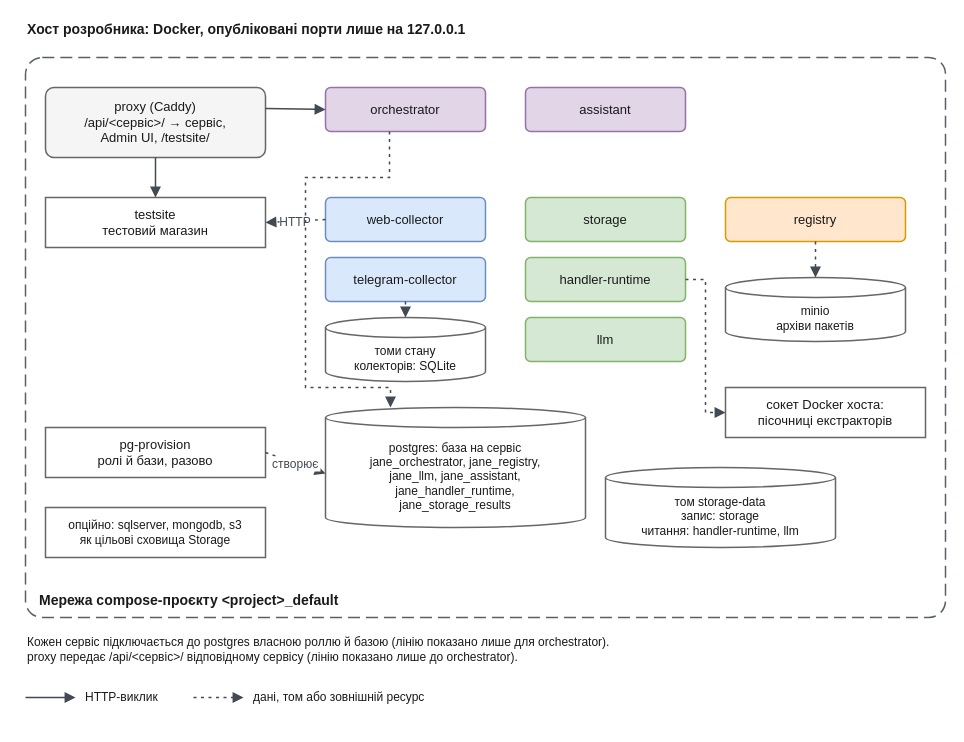
This is docs/diagrams/platform/dev-stack.drawio from sql-monk/Jane, a draw.io file, before an edit. Source tidied: cells renumbered, new cells numbered last; positions are measured from the earlier drawing's top-left corner, leaving out a move shared by most shapes. Both pictures are drawn from the tidied source at 100%, with x=0, y=0 at pixel (25, 17).
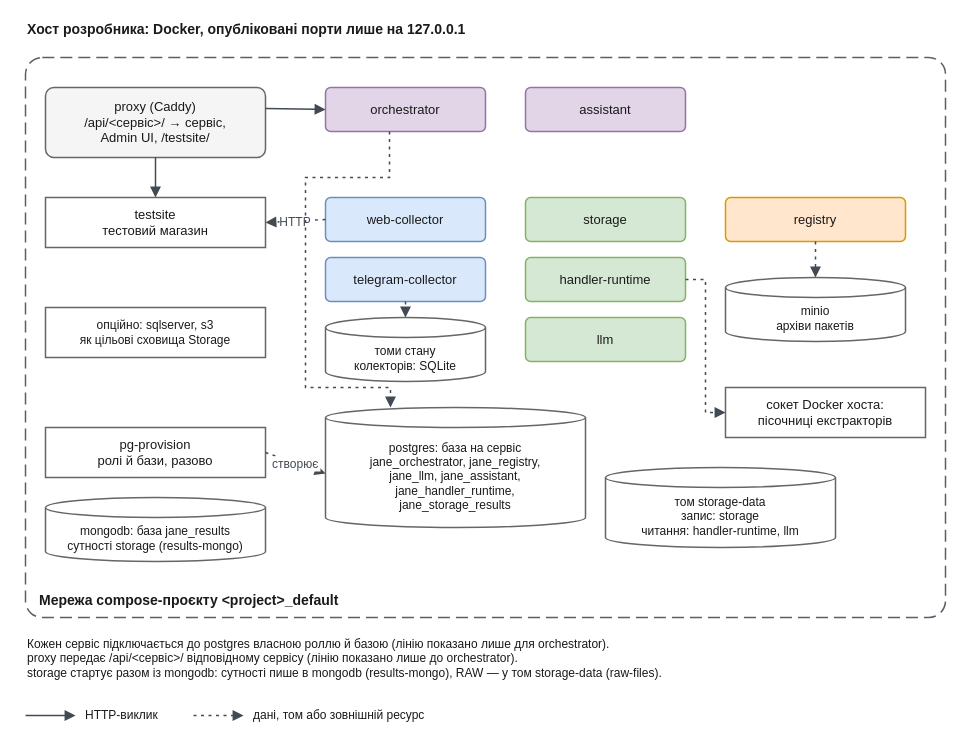
After the change.

The edit, as a diff of the source:
```diff
@@
-    <mxCell id="20" value="опційно: sqlserver, mongodb, s3&#10;як цільові сховища Storage" style="rounded=0;whiteSpace=wrap;html=0;fontSize=12;fontFamily=Helvetica;fontColor=light-dark(#1A1A1A,#E6EDF3);fillColor=light-dark(#FFFFFF,#161B22);strokeColor=light-dark(#666666,#8B949E);strokeWidth=1.5;" parent="1" vertex="1">
-      <mxGeometry x="20" y="490" width="220" height="50" as="geometry" />
+    <mxCell id="20" value="опційно: sqlserver, s3&#10;як цільові сховища Storage" style="rounded=0;whiteSpace=wrap;html=0;fontSize=12;fontFamily=Helvetica;fontColor=light-dark(#1A1A1A,#E6EDF3);fillColor=light-dark(#FFFFFF,#161B22);strokeColor=light-dark(#666666,#8B949E);strokeWidth=1.5;" parent="1" vertex="1">
+      <mxGeometry x="20" y="290" width="220" height="50" as="geometry" />
     </mxCell>
+    <mxCell id="34" value="mongodb: база jane_results&#10;сутності storage (results-mongo)" style="shape=cylinder3;boundedLbl=1;backgroundOutline=1;size=10;whiteSpace=wrap;html=0;fontSize=12;fontFamily=Helvetica;fontColor=light-dark(#1A1A1A,#E6EDF3);fillColor=light-dark(#FFFFFF,#161B22);strokeColor=light-dark(#666666,#8B949E);strokeWidth=1.5;" parent="1" vertex="1">
+      <mxGeometry x="20" y="480" width="220" height="64" as="geometry" />
+    </mxCell>
@@
-    <mxCell id="29" value="Кожен сервіс підключається до postgres власною роллю й базою (лінію показано лише для orchestrator).&#10;proxy передає /api/&lt;сервіс&gt;/ відповідному сервісу (лінію показано лише до orchestrator)." style="text;html=0;whiteSpace=wrap;align=left;verticalAlign=middle;fontSize=12;fontFamily=Helvetica;fontColor=light-dark(#1A1A1A,#E6EDF3);" parent="1" vertex="1">
-      <mxGeometry y="610" width="920" height="44" as="geometry" />
+    <mxCell id="29" value="Кожен сервіс підключається до postgres власною роллю й базою (лінію показано лише для orchestrator).&#10;proxy передає /api/&lt;сервіс&gt;/ відповідному сервісу (лінію показано лише до orchestrator).&#10;storage стартує разом із mongodb: сутності пише в mongodb (results-mongo), RAW — у том storage-data (raw-files)." style="text;html=0;whiteSpace=wrap;align=left;verticalAlign=middle;fontSize=12;fontFamily=Helvetica;fontColor=light-dark(#1A1A1A,#E6EDF3);" parent="1" vertex="1">
+      <mxGeometry y="610" width="920" height="62" as="geometry" />
     </mxCell>
     <mxCell id="30" style="edgeStyle=none;rounded=0;html=0;endArrow=block;endFill=1;endSize=7;strokeWidth=1.5;strokeColor=light-dark(#424A53,#C9D1D9);" parent="1" edge="1">
       <mxGeometry relative="1" as="geometry">
-        <mxPoint y="680" as="sourcePoint" />
-        <mxPoint x="50" y="680" as="targetPoint" />
+        <mxPoint y="698" as="sourcePoint" />
+        <mxPoint x="50" y="698" as="targetPoint" />
       </mxGeometry>
     </mxCell>
     <mxCell id="31" value="HTTP-виклик" style="text;html=0;whiteSpace=wrap;align=left;verticalAlign=middle;fontSize=12;fontFamily=Helvetica;fontColor=light-dark(#1A1A1A,#E6EDF3);" parent="1" vertex="1">
-      <mxGeometry x="58" y="670" width="90" height="20" as="geometry" />
+      <mxGeometry x="58" y="688" width="90" height="20" as="geometry" />
     </mxCell>
     <mxCell id="32" style="edgeStyle=none;rounded=0;html=0;endArrow=block;endFill=1;endSize=7;dashed=1;dashPattern=2 3;strokeWidth=1.5;strokeColor=light-dark(#424A53,#C9D1D9);" parent="1" edge="1">
       <mxGeometry relative="1" as="geometry">
-        <mxPoint x="168" y="680" as="sourcePoint" />
-        <mxPoint x="218" y="680" as="targetPoint" />
+        <mxPoint x="168" y="698" as="sourcePoint" />
+        <mxPoint x="218" y="698" as="targetPoint" />
       </mxGeometry>
     </mxCell>
     <mxCell id="33" value="дані, том або зовнішній ресурс" style="text;html=0;whiteSpace=wrap;align=left;verticalAlign=middle;fontSize=12;fontFamily=Helvetica;fontColor=light-dark(#1A1A1A,#E6EDF3);" parent="1" vertex="1">
-      <mxGeometry x="226" y="670" width="220" height="20" as="geometry" />
+      <mxGeometry x="226" y="688" width="220" height="20" as="geometry" />
     </mxCell>
```
